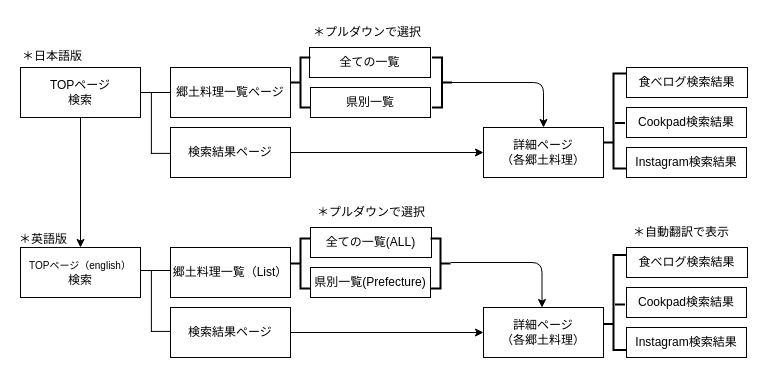
Above: test.dio in matsuda0513/tabeteku_kyodoryori (draw.io), before the change. Source tidied: cells renumbered, new cells numbered last; positions are measured from the earlier drawing's top-left corner, leaving out a move shared by most shapes. Both pictures are drawn from the tidied source at 100%, with x=0, y=0 at pixel (17, 17).
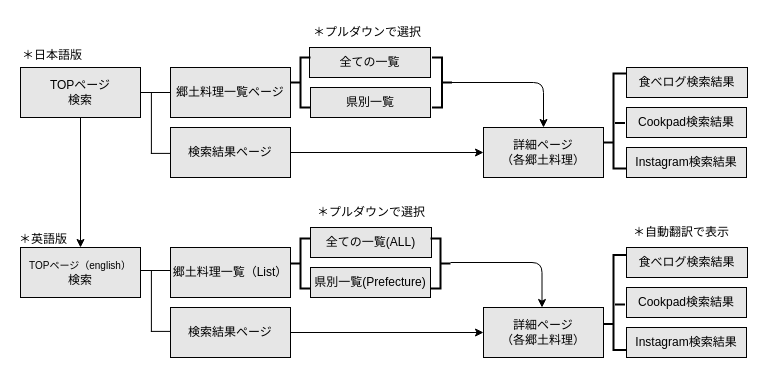
Above is the later version.

What changed in the source:
```diff
@@
-<mxGraphModel>
+<mxGraphModel background="#FFFFFF">
@@
-    <mxCell id="2" style="edgeStyle=none;html=1;fontSize=12;" parent="1" edge="1" source="3" target="5">
+    <mxCell id="2" style="edgeStyle=none;html=1;fontSize=12;strokeColor=#000000;" parent="1" edge="1" source="3" target="5">
       <mxGeometry relative="1" as="geometry" />
     </mxCell>
-    <mxCell id="3" value="TOPページ&lt;br&gt;検索" style="rounded=0;whiteSpace=wrap;html=1;" parent="1" vertex="1">
+    <mxCell id="3" value="&lt;font color=&quot;#000000&quot;&gt;TOPページ&lt;br&gt;検索&lt;/font&gt;" style="rounded=0;whiteSpace=wrap;html=1;fillColor=#E6E6E6;strokeColor=#000000;" parent="1" vertex="1">
       <mxGeometry x="3" y="50" width="120" height="50" as="geometry" />
     </mxCell>
-    <mxCell id="4" value="郷土料理一覧ページ" style="rounded=0;whiteSpace=wrap;html=1;" parent="1" vertex="1">
+    <mxCell id="4" value="&lt;font color=&quot;#000000&quot;&gt;郷土料理一覧ページ&lt;/font&gt;" style="rounded=0;whiteSpace=wrap;html=1;fillColor=#E6E6E6;strokeColor=#000000;" parent="1" vertex="1">
       <mxGeometry x="153" y="50" width="120" height="50" as="geometry" />
     </mxCell>
-    <mxCell id="5" value="&lt;font style=&quot;&quot;&gt;&lt;span style=&quot;font-size: 10px;&quot;&gt;TOPページ（english）&lt;/span&gt;&lt;br&gt;&lt;font style=&quot;font-size: 12px;&quot;&gt;検索&lt;/font&gt;&lt;/font&gt;" style="rounded=0;whiteSpace=wrap;html=1;" parent="1" vertex="1">
+    <mxCell id="5" value="&lt;font color=&quot;#000000&quot; style=&quot;&quot;&gt;&lt;span style=&quot;font-size: 10px;&quot;&gt;TOPページ（english）&lt;/span&gt;&lt;br&gt;&lt;font style=&quot;font-size: 12px;&quot;&gt;検索&lt;/font&gt;&lt;/font&gt;" style="rounded=0;whiteSpace=wrap;html=1;fillColor=#E6E6E6;strokeColor=#000000;" parent="1" vertex="1">
       <mxGeometry x="3" y="230" width="120" height="50" as="geometry" />
     </mxCell>
-    <mxCell id="6" value="郷土料理一覧（List）" style="rounded=0;whiteSpace=wrap;html=1;" parent="1" vertex="1">
+    <mxCell id="6" value="&lt;font color=&quot;#000000&quot;&gt;郷土料理一覧（List）&lt;/font&gt;" style="rounded=0;whiteSpace=wrap;html=1;fillColor=#E6E6E6;strokeColor=#000000;" parent="1" vertex="1">
       <mxGeometry x="153" y="230" width="120" height="50" as="geometry" />
     </mxCell>
-    <mxCell id="7" style="edgeStyle=none;html=1;entryX=0;entryY=0.5;entryDx=0;entryDy=0;fontSize=12;" parent="1" edge="1" source="8" target="14">
+    <mxCell id="7" style="edgeStyle=none;html=1;entryX=0;entryY=0.5;entryDx=0;entryDy=0;fontSize=12;strokeColor=#000000;" parent="1" edge="1" source="8" target="14">
       <mxGeometry relative="1" as="geometry" />
     </mxCell>
-    <mxCell id="8" value="検索結果ページ" style="rounded=0;whiteSpace=wrap;html=1;" parent="1" vertex="1">
+    <mxCell id="8" value="&lt;font color=&quot;#000000&quot;&gt;検索結果ページ&lt;/font&gt;" style="rounded=0;whiteSpace=wrap;html=1;fillColor=#E6E6E6;strokeColor=#000000;" parent="1" vertex="1">
       <mxGeometry x="153" y="110" width="120" height="50" as="geometry" />
     </mxCell>
-    <mxCell id="9" style="edgeStyle=none;html=1;entryX=0;entryY=0.5;entryDx=0;entryDy=0;fontSize=12;" parent="1" edge="1" source="10" target="21">
+    <mxCell id="9" style="edgeStyle=none;html=1;entryX=0;entryY=0.5;entryDx=0;entryDy=0;fontSize=12;strokeColor=#000000;" parent="1" edge="1" source="10" target="21">
       <mxGeometry relative="1" as="geometry" />
     </mxCell>
-    <mxCell id="10" value="検索結果ページ" style="rounded=0;whiteSpace=wrap;html=1;" parent="1" vertex="1">
+    <mxCell id="10" value="&lt;font color=&quot;#000000&quot;&gt;検索結果ページ&lt;/font&gt;" style="rounded=0;whiteSpace=wrap;html=1;fillColor=#E6E6E6;strokeColor=#000000;" parent="1" vertex="1">
       <mxGeometry x="153" y="290" width="120" height="50" as="geometry" />
     </mxCell>
-    <mxCell id="11" value="全ての一覧" style="rounded=0;whiteSpace=wrap;html=1;" parent="1" vertex="1">
+    <mxCell id="11" value="&lt;font color=&quot;#000000&quot;&gt;全ての一覧&lt;/font&gt;" style="rounded=0;whiteSpace=wrap;html=1;fillColor=#E6E6E6;strokeColor=#000000;" parent="1" vertex="1">
       <mxGeometry x="292" y="30" width="121" height="30" as="geometry" />
     </mxCell>
-    <mxCell id="12" value="県別一覧" style="rounded=0;whiteSpace=wrap;html=1;" parent="1" vertex="1">
+    <mxCell id="12" value="&lt;font color=&quot;#000000&quot;&gt;県別一覧&lt;/font&gt;" style="rounded=0;whiteSpace=wrap;html=1;fillColor=#E6E6E6;strokeColor=#000000;" parent="1" vertex="1">
       <mxGeometry x="293" y="70" width="120" height="30" as="geometry" />
     </mxCell>
-    <mxCell id="13" value="＊プルダウンで選択" style="text;html=1;strokeColor=none;fillColor=none;align=center;verticalAlign=middle;whiteSpace=wrap;rounded=0;fontSize=12;" parent="1" vertex="1">
+    <mxCell id="13" value="&lt;font color=&quot;#000000&quot;&gt;＊プルダウンで選択&lt;/font&gt;" style="text;html=1;strokeColor=none;fillColor=none;align=center;verticalAlign=middle;whiteSpace=wrap;rounded=0;fontSize=12;" parent="1" vertex="1">
       <mxGeometry x="287" width="126" height="30" as="geometry" />
     </mxCell>
-    <mxCell id="14" value="詳細ページ&lt;br&gt;（各郷土料理）" style="rounded=0;whiteSpace=wrap;html=1;" parent="1" vertex="1">
+    <mxCell id="14" value="&lt;font color=&quot;#000000&quot;&gt;詳細ページ&lt;br&gt;（各郷土料理）&lt;/font&gt;" style="rounded=0;whiteSpace=wrap;html=1;fillColor=#E6E6E6;strokeColor=#000000;" parent="1" vertex="1">
       <mxGeometry x="466" y="110" width="120" height="50" as="geometry" />
     </mxCell>
-    <mxCell id="15" value="食べログ検索結果" style="rounded=0;whiteSpace=wrap;html=1;" parent="1" vertex="1">
+    <mxCell id="15" value="&lt;font color=&quot;#000000&quot;&gt;食べログ検索結果&lt;/font&gt;" style="rounded=0;whiteSpace=wrap;html=1;fillColor=#E6E6E6;strokeColor=#000000;" parent="1" vertex="1">
       <mxGeometry x="609" y="50" width="121" height="30" as="geometry" />
     </mxCell>
@@
-    <mxCell id="17" value="Cookpad検索結果" style="rounded=0;whiteSpace=wrap;html=1;" parent="1" vertex="1">
+    <mxCell id="17" value="&lt;font color=&quot;#000000&quot;&gt;Cookpad検索結果&lt;/font&gt;" style="rounded=0;whiteSpace=wrap;html=1;fillColor=#E6E6E6;strokeColor=#000000;" parent="1" vertex="1">
       <mxGeometry x="609" y="90" width="120" height="30" as="geometry" />
     </mxCell>
-    <mxCell id="18" value="Instagram検索結果" style="rounded=0;whiteSpace=wrap;html=1;" parent="1" vertex="1">
+    <mxCell id="18" value="&lt;font color=&quot;#000000&quot;&gt;Instagram検索結果&lt;/font&gt;" style="rounded=0;whiteSpace=wrap;html=1;fillColor=#E6E6E6;strokeColor=#000000;" parent="1" vertex="1">
       <mxGeometry x="609" y="130" width="120" height="30" as="geometry" />
     </mxCell>
-    <mxCell id="19" value="全ての一覧(ALL)" style="rounded=0;whiteSpace=wrap;html=1;" parent="1" vertex="1">
+    <mxCell id="19" value="&lt;font color=&quot;#000000&quot;&gt;全ての一覧(ALL)&lt;/font&gt;" style="rounded=0;whiteSpace=wrap;html=1;fillColor=#E6E6E6;strokeColor=#000000;" parent="1" vertex="1">
       <mxGeometry x="293" y="210" width="121" height="30" as="geometry" />
     </mxCell>
-    <mxCell id="20" value="県別一覧(Prefecture)" style="rounded=0;whiteSpace=wrap;html=1;" parent="1" vertex="1">
+    <mxCell id="20" value="&lt;font color=&quot;#000000&quot;&gt;県別一覧(Prefecture)&lt;/font&gt;" style="rounded=0;whiteSpace=wrap;html=1;fillColor=#E6E6E6;strokeColor=#000000;" parent="1" vertex="1">
       <mxGeometry x="293" y="250" width="120" height="30" as="geometry" />
     </mxCell>
-    <mxCell id="21" value="詳細ページ&lt;br&gt;（各郷土料理）" style="rounded=0;whiteSpace=wrap;html=1;" parent="1" vertex="1">
+    <mxCell id="21" value="&lt;font color=&quot;#000000&quot;&gt;詳細ページ&lt;br&gt;（各郷土料理）&lt;/font&gt;" style="rounded=0;whiteSpace=wrap;html=1;fillColor=#E6E6E6;strokeColor=#000000;" parent="1" vertex="1">
       <mxGeometry x="466" y="290" width="120" height="50" as="geometry" />
     </mxCell>
-    <mxCell id="22" value="食べログ検索結果" style="rounded=0;whiteSpace=wrap;html=1;" parent="1" vertex="1">
+    <mxCell id="22" value="&lt;font color=&quot;#000000&quot;&gt;食べログ検索結果&lt;/font&gt;" style="rounded=0;whiteSpace=wrap;html=1;fillColor=#E6E6E6;strokeColor=#000000;" parent="1" vertex="1">
       <mxGeometry x="609" y="230" width="121" height="30" as="geometry" />
     </mxCell>
-    <mxCell id="23" value="Cookpad検索結果" style="rounded=0;whiteSpace=wrap;html=1;" parent="1" vertex="1">
+    <mxCell id="23" value="&lt;font color=&quot;#000000&quot;&gt;Cookpad検索結果&lt;/font&gt;" style="rounded=0;whiteSpace=wrap;html=1;fillColor=#E6E6E6;strokeColor=#000000;" parent="1" vertex="1">
       <mxGeometry x="609" y="270" width="120" height="30" as="geometry" />
     </mxCell>
-    <mxCell id="24" value="Instagram検索結果" style="rounded=0;whiteSpace=wrap;html=1;" parent="1" vertex="1">
+    <mxCell id="24" value="&lt;font color=&quot;#000000&quot;&gt;Instagram検索結果&lt;/font&gt;" style="rounded=0;whiteSpace=wrap;html=1;fillColor=#E6E6E6;strokeColor=#000000;" parent="1" vertex="1">
       <mxGeometry x="609" y="310" width="120" height="30" as="geometry" />
     </mxCell>
@@
-    <mxCell id="26" value="＊プルダウンで選択" style="text;html=1;strokeColor=none;fillColor=none;align=center;verticalAlign=middle;whiteSpace=wrap;rounded=0;fontSize=12;" parent="1" vertex="1">
+    <mxCell id="26" value="&lt;font color=&quot;#000000&quot;&gt;＊プルダウンで選択&lt;/font&gt;" style="text;html=1;strokeColor=none;fillColor=none;align=center;verticalAlign=middle;whiteSpace=wrap;rounded=0;fontSize=12;" parent="1" vertex="1">
       <mxGeometry x="290.5" y="180" width="126" height="30" as="geometry" />
     </mxCell>
-    <mxCell id="27" style="endArrow=none;html=1;fontSize=12;exitX=1;exitY=0.5;exitDx=0;exitDy=0;entryX=0;entryY=0.5;entryDx=0;entryDy=0;" parent="1" edge="1" source="3" target="4">
+    <mxCell id="27" style="endArrow=none;html=1;fontSize=12;exitX=1;exitY=0.5;exitDx=0;exitDy=0;entryX=0;entryY=0.5;entryDx=0;entryDy=0;strokeColor=#000000;" parent="1" edge="1" source="3" target="4">
       <mxGeometry relative="1" as="geometry" />
     </mxCell>
-    <mxCell id="28" style="shape=partialRectangle;whiteSpace=wrap;html=1;bottom=0;right=0;fillColor=none;fontSize=12;rotation=90;direction=west;" parent="1" vertex="1">
+    <mxCell id="28" style="shape=partialRectangle;whiteSpace=wrap;html=1;bottom=0;right=0;fillColor=none;fontSize=12;rotation=90;direction=west;strokeColor=#000000;" parent="1" vertex="1">
       <mxGeometry x="113" y="96" width="60.8" height="19" as="geometry" />
     </mxCell>
-    <mxCell id="29" style="endArrow=none;html=1;fontSize=12;exitX=1;exitY=0.5;exitDx=0;exitDy=0;entryX=0;entryY=0.5;entryDx=0;entryDy=0;" parent="1" edge="1">
+    <mxCell id="29" style="endArrow=none;html=1;fontSize=12;exitX=1;exitY=0.5;exitDx=0;exitDy=0;entryX=0;entryY=0.5;entryDx=0;entryDy=0;strokeColor=#000000;" parent="1" edge="1">
       <mxGeometry relative="1" as="geometry">
         <mxPoint x="123" y="253" as="sourcePoint" />
         <mxPoint x="153" y="253" as="targetPoint" />
       </mxGeometry>
     </mxCell>
-    <mxCell id="30" style="shape=partialRectangle;whiteSpace=wrap;html=1;bottom=0;right=0;fillColor=none;fontSize=12;rotation=90;direction=west;" parent="1" vertex="1">
+    <mxCell id="30" style="shape=partialRectangle;whiteSpace=wrap;html=1;bottom=0;right=0;fillColor=none;fontSize=12;rotation=90;direction=west;strokeColor=#000000;" parent="1" vertex="1">
       <mxGeometry x="113" y="274" width="60.8" height="19" as="geometry" />
     </mxCell>
-    <mxCell id="31" style="strokeWidth=2;html=1;shape=mxgraph.flowchart.annotation_2;align=left;labelPosition=right;fontSize=12;" parent="1" vertex="1">
+    <mxCell id="31" style="strokeWidth=2;html=1;shape=mxgraph.flowchart.annotation_2;align=left;labelPosition=right;fontSize=12;strokeColor=#000000;" parent="1" vertex="1">
       <mxGeometry x="273" y="40" width="20" height="50" as="geometry" />
     </mxCell>
-    <mxCell id="32" style="edgeStyle=none;html=1;exitX=0;exitY=0.5;exitDx=0;exitDy=0;exitPerimeter=0;fontSize=12;" parent="1" edge="1" source="33" target="14">
+    <mxCell id="32" style="edgeStyle=none;html=1;exitX=0;exitY=0.5;exitDx=0;exitDy=0;exitPerimeter=0;fontSize=12;strokeColor=#000000;" parent="1" edge="1" source="33" target="14">
       <mxGeometry relative="1" as="geometry">
         <Array as="points">
           <mxPoint x="526" y="65" />
         </Array>
       </mxGeometry>
     </mxCell>
-    <mxCell id="33" style="strokeWidth=2;html=1;shape=mxgraph.flowchart.annotation_2;align=left;labelPosition=right;fontSize=12;direction=west;" parent="1" vertex="1">
+    <mxCell id="33" style="strokeWidth=2;html=1;shape=mxgraph.flowchart.annotation_2;align=left;labelPosition=right;fontSize=12;direction=west;strokeColor=#000000;" parent="1" vertex="1">
       <mxGeometry x="414.5" y="40" width="20" height="50" as="geometry" />
     </mxCell>
-    <mxCell id="34" style="strokeWidth=2;html=1;shape=mxgraph.flowchart.annotation_2;align=left;labelPosition=right;fontSize=12;" parent="1" vertex="1">
+    <mxCell id="34" style="strokeWidth=2;html=1;shape=mxgraph.flowchart.annotation_2;align=left;labelPosition=right;fontSize=12;strokeColor=#000000;" parent="1" vertex="1">
       <mxGeometry x="273" y="221" width="20" height="50" as="geometry" />
     </mxCell>
-    <mxCell id="35" style="strokeWidth=2;html=1;shape=mxgraph.flowchart.annotation_2;align=left;labelPosition=right;fontSize=12;direction=west;" parent="1" vertex="1">
+    <mxCell id="35" style="strokeWidth=2;html=1;shape=mxgraph.flowchart.annotation_2;align=left;labelPosition=right;fontSize=12;direction=west;strokeColor=#000000;" parent="1" vertex="1">
       <mxGeometry x="413" y="221" width="20" height="50" as="geometry" />
     </mxCell>
-    <mxCell id="36" style="edgeStyle=none;html=1;exitX=0;exitY=0.5;exitDx=0;exitDy=0;exitPerimeter=0;fontSize=12;" parent="1" edge="1">
+    <mxCell id="36" style="edgeStyle=none;html=1;exitX=0;exitY=0.5;exitDx=0;exitDy=0;exitPerimeter=0;fontSize=12;strokeColor=#000000;" parent="1" edge="1">
       <mxGeometry relative="1" as="geometry">
         <mxPoint x="433" y="245" as="sourcePoint" />
         <mxPoint x="524.5" y="290" as="targetPoint" />
         <Array as="points">
           <mxPoint x="524.5" y="245" />
         </Array>
       </mxGeometry>
     </mxCell>
-    <mxCell id="37" style="strokeWidth=2;html=1;shape=mxgraph.flowchart.annotation_1;align=left;fontSize=12;" parent="1" vertex="1">
+    <mxCell id="37" style="strokeWidth=2;html=1;shape=mxgraph.flowchart.annotation_1;align=left;fontSize=12;strokeColor=#000000;" parent="1" vertex="1">
       <mxGeometry x="596" y="56" width="13" height="95" as="geometry" />
     </mxCell>
-    <mxCell id="38" style="line;strokeWidth=2;html=1;fontSize=12;" parent="1" vertex="1">
+    <mxCell id="38" style="line;strokeWidth=2;html=1;fontSize=12;strokeColor=#000000;" parent="1" vertex="1">
       <mxGeometry x="597.5" y="100.5" width="10" height="10" as="geometry" />
     </mxCell>
-    <mxCell id="39" style="line;strokeWidth=2;html=1;fontSize=12;" parent="1" vertex="1">
+    <mxCell id="39" style="line;strokeWidth=2;html=1;fontSize=12;strokeColor=#000000;" parent="1" vertex="1">
       <mxGeometry x="586" y="120" width="10" height="10" as="geometry" />
     </mxCell>
-    <mxCell id="40" style="strokeWidth=2;html=1;shape=mxgraph.flowchart.annotation_1;align=left;fontSize=12;" parent="1" vertex="1">
+    <mxCell id="40" style="strokeWidth=2;html=1;shape=mxgraph.flowchart.annotation_1;align=left;fontSize=12;strokeColor=#000000;" parent="1" vertex="1">
       <mxGeometry x="596" y="237.5" width="13" height="95" as="geometry" />
     </mxCell>
-    <mxCell id="41" style="line;strokeWidth=2;html=1;fontSize=12;" parent="1" vertex="1">
+    <mxCell id="41" style="line;strokeWidth=2;html=1;fontSize=12;strokeColor=#000000;" parent="1" vertex="1">
       <mxGeometry x="597.5" y="282" width="10" height="10" as="geometry" />
     </mxCell>
-    <mxCell id="42" style="line;strokeWidth=2;html=1;fontSize=12;" parent="1" vertex="1">
+    <mxCell id="42" style="line;strokeWidth=2;html=1;fontSize=12;strokeColor=#000000;" parent="1" vertex="1">
       <mxGeometry x="586" y="301.5" width="10" height="10" as="geometry" />
     </mxCell>
-    <mxCell id="43" value="＊日本語版" style="text;html=1;strokeColor=none;fillColor=none;align=left;verticalAlign=middle;whiteSpace=wrap;rounded=0;fontSize=12;" parent="1" vertex="1">
+    <mxCell id="43" value="&lt;pre&gt;&lt;font color=&quot;#000000&quot;&gt;＊日本語版&lt;/font&gt;&lt;/pre&gt;" style="text;html=1;strokeColor=none;fillColor=none;align=left;verticalAlign=middle;whiteSpace=wrap;rounded=0;fontSize=12;" parent="1" vertex="1">
       <mxGeometry x="3" y="24" width="126" height="30" as="geometry" />
     </mxCell>
-    <mxCell id="44" value="＊英語版" style="text;html=1;strokeColor=none;fillColor=none;align=left;verticalAlign=middle;whiteSpace=wrap;rounded=0;fontSize=12;" parent="1" vertex="1">
+    <mxCell id="44" value="&lt;font color=&quot;#000000&quot;&gt;＊英語版&lt;/font&gt;" style="text;html=1;strokeColor=none;fillColor=none;align=left;verticalAlign=middle;whiteSpace=wrap;rounded=0;fontSize=12;" parent="1" vertex="1">
       <mxGeometry y="206.5" width="126" height="30" as="geometry" />
     </mxCell>
```
